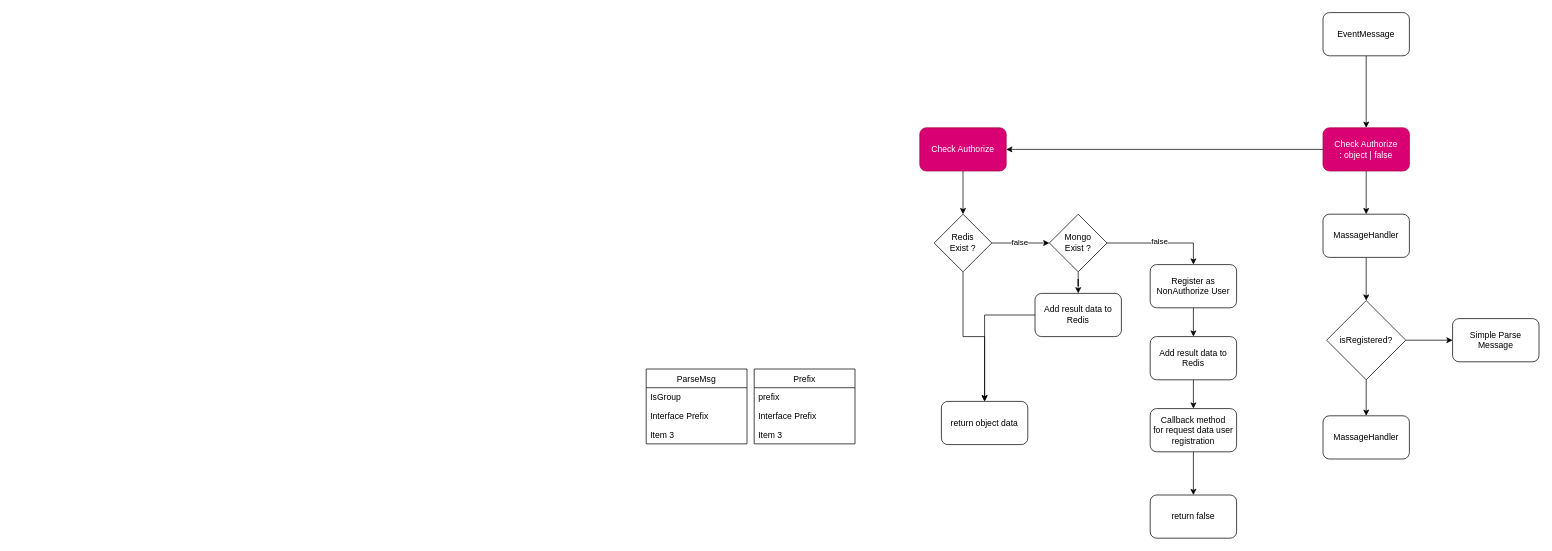
This is FlowDocumentation.drawio from rizqyn9/r-bot, a draw.io file, before an edit. Source tidied: cells renumbered, new cells numbered last; positions are measured from the earlier drawing's top-left corner, leaving out a move shared by most shapes. Both pictures are drawn from the tidied source at 72%, with x=0, y=0 at pixel (646, 12).
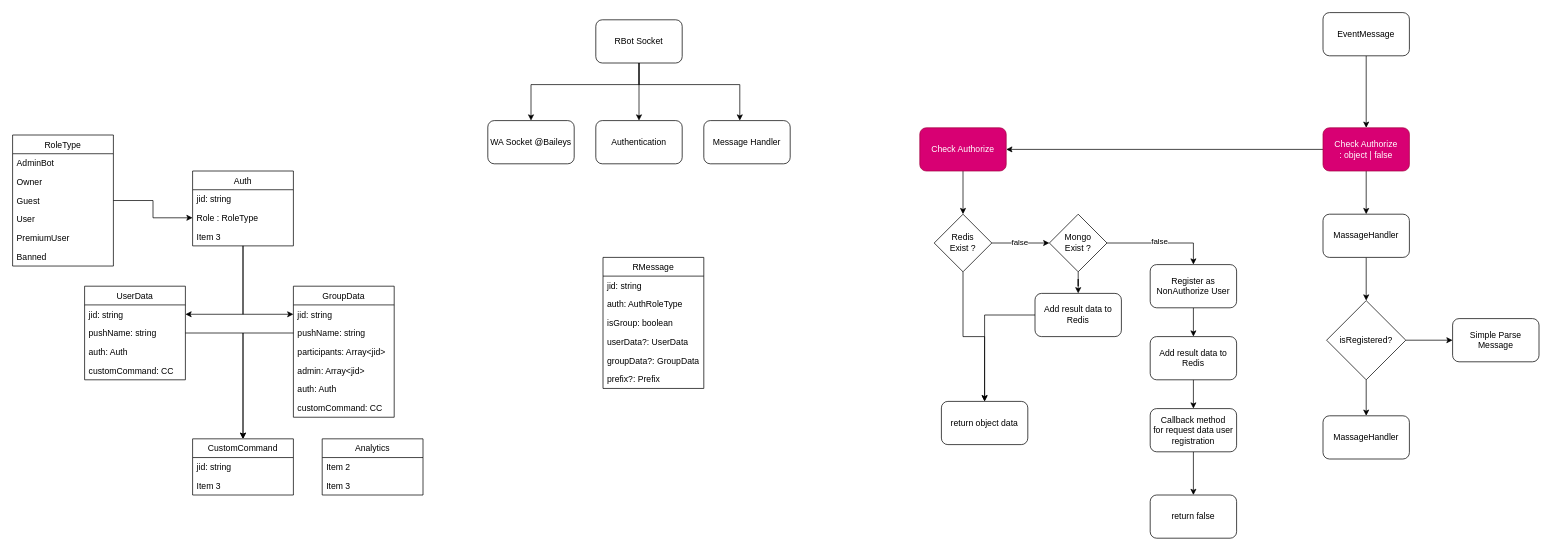
The same diagram, later.

Change to the diagram source:
```diff
@@
-    <mxCell id="34" value="ParseMsg" style="swimlane;fontStyle=0;horizontal=1;startSize=26;" parent="1" vertex="1">
-      <mxGeometry y="495" width="140" height="104" as="geometry" />
-    </mxCell>
-    <mxCell id="35" value="IsGroup" style="text;strokeColor=none;fillColor=none;align=left;verticalAlign=top;spacingLeft=4;spacingRight=4;overflow=hidden;" parent="34" vertex="1">
-      <mxGeometry y="26" width="140" height="26" as="geometry" />
-    </mxCell>
-    <mxCell id="36" value="Interface Prefix" style="text;strokeColor=none;fillColor=none;align=left;verticalAlign=top;spacingLeft=4;spacingRight=4;overflow=hidden;" parent="34" vertex="1">
-      <mxGeometry y="52" width="140" height="26" as="geometry" />
-    </mxCell>
-    <mxCell id="37" value="Item 3" style="text;strokeColor=none;fillColor=none;align=left;verticalAlign=top;spacingLeft=4;spacingRight=4;overflow=hidden;" parent="34" vertex="1">
-      <mxGeometry y="78" width="140" height="26" as="geometry" />
-    </mxCell>
-    <mxCell id="38" value="Prefix" style="swimlane;fontStyle=0;horizontal=1;startSize=26;" parent="1" vertex="1">
-      <mxGeometry x="150" y="495" width="140" height="104" as="geometry" />
-    </mxCell>
-    <mxCell id="39" value="prefix" style="text;strokeColor=none;fillColor=none;align=left;verticalAlign=top;spacingLeft=4;spacingRight=4;overflow=hidden;" parent="38" vertex="1">
-      <mxGeometry y="26" width="140" height="26" as="geometry" />
-    </mxCell>
-    <mxCell id="40" value="Interface Prefix" style="text;strokeColor=none;fillColor=none;align=left;verticalAlign=top;spacingLeft=4;spacingRight=4;overflow=hidden;" parent="38" vertex="1">
-      <mxGeometry y="52" width="140" height="26" as="geometry" />
-    </mxCell>
-    <mxCell id="41" value="Item 3" style="text;strokeColor=none;fillColor=none;align=left;verticalAlign=top;spacingLeft=4;spacingRight=4;overflow=hidden;" parent="38" vertex="1">
-      <mxGeometry y="78" width="140" height="26" as="geometry" />
-    </mxCell>
+    <mxCell id="42" style="edgeStyle=orthogonalEdgeStyle;rounded=0;jettySize=auto;html=1;" parent="1" edge="1" source="45" target="46">
+      <mxGeometry relative="1" as="geometry">
+        <Array as="points">
+          <mxPoint x="-10" y="100" />
+          <mxPoint x="-160" y="100" />
+        </Array>
+      </mxGeometry>
+    </mxCell>
+    <mxCell id="43" style="edgeStyle=orthogonalEdgeStyle;rounded=0;jettySize=auto;html=1;entryX=0.5;entryY=0;entryDx=0;entryDy=0;" parent="1" edge="1" source="45" target="47">
+      <mxGeometry relative="1" as="geometry" />
+    </mxCell>
+    <mxCell id="44" style="edgeStyle=orthogonalEdgeStyle;rounded=0;jettySize=auto;html=1;" parent="1" edge="1" source="45" target="48">
+      <mxGeometry relative="1" as="geometry">
+        <Array as="points">
+          <mxPoint x="-10" y="100" />
+          <mxPoint x="130" y="100" />
+        </Array>
+      </mxGeometry>
+    </mxCell>
+    <mxCell id="45" value="RBot Socket" style="rounded=1;whiteSpace=wrap;html=1;" parent="1" vertex="1">
+      <mxGeometry x="-70" y="10" width="120" height="60" as="geometry" />
+    </mxCell>
+    <mxCell id="46" value="WA Socket @Baileys" style="rounded=1;whiteSpace=wrap;html=1;" parent="1" vertex="1">
+      <mxGeometry x="-220" y="150" width="120" height="60" as="geometry" />
+    </mxCell>
+    <mxCell id="47" value="Authentication" style="rounded=1;whiteSpace=wrap;html=1;" parent="1" vertex="1">
+      <mxGeometry x="-70" y="150" width="120" height="60" as="geometry" />
+    </mxCell>
+    <mxCell id="48" value="Message Handler" style="rounded=1;whiteSpace=wrap;html=1;" parent="1" vertex="1">
+      <mxGeometry x="80" y="150" width="120" height="60" as="geometry" />
+    </mxCell>
+    <mxCell id="49" style="edgeStyle=orthogonalEdgeStyle;rounded=0;jettySize=auto;html=1;entryX=0.5;entryY=0;entryDx=0;entryDy=0;" parent="1" edge="1" source="50" target="69">
+      <mxGeometry relative="1" as="geometry" />
+    </mxCell>
+    <mxCell id="50" value="UserData" style="swimlane;fontStyle=0;horizontal=1;startSize=26;" parent="1" vertex="1">
+      <mxGeometry x="-780" y="380" width="140" height="130" as="geometry" />
+    </mxCell>
+    <mxCell id="51" value="jid: string" style="text;strokeColor=none;fillColor=none;align=left;verticalAlign=top;spacingLeft=4;spacingRight=4;overflow=hidden;points=[[0,0.5],[1,0.5]];portConstraint=eastwest;" parent="50" vertex="1">
+      <mxGeometry y="26" width="140" height="26" as="geometry" />
+    </mxCell>
+    <mxCell id="52" value="pushName: string    " style="text;strokeColor=none;fillColor=none;align=left;verticalAlign=top;spacingLeft=4;spacingRight=4;overflow=hidden;" parent="50" vertex="1">
+      <mxGeometry y="52" width="140" height="26" as="geometry" />
+    </mxCell>
+    <mxCell id="53" value="auth: Auth" style="text;strokeColor=none;fillColor=none;align=left;verticalAlign=top;spacingLeft=4;spacingRight=4;overflow=hidden;" parent="50" vertex="1">
+      <mxGeometry y="78" width="140" height="26" as="geometry" />
+    </mxCell>
+    <mxCell id="54" value="customCommand: CC" style="text;strokeColor=none;fillColor=none;align=left;verticalAlign=top;spacingLeft=4;spacingRight=4;overflow=hidden;" parent="50" vertex="1">
+      <mxGeometry y="104" width="140" height="26" as="geometry" />
+    </mxCell>
+    <mxCell id="55" style="edgeStyle=orthogonalEdgeStyle;rounded=0;jettySize=auto;html=1;entryX=0.5;entryY=0;entryDx=0;entryDy=0;exitX=0;exitY=0.5;exitDx=0;exitDy=0;" parent="1" edge="1" source="58" target="69">
+      <mxGeometry relative="1" as="geometry" />
+    </mxCell>
+    <mxCell id="56" value="GroupData" style="swimlane;fontStyle=0;horizontal=1;startSize=26;" parent="1" vertex="1">
+      <mxGeometry x="-490" y="380" width="140" height="182" as="geometry" />
+    </mxCell>
+    <mxCell id="57" value="jid: string" style="text;strokeColor=none;fillColor=none;align=left;verticalAlign=top;spacingLeft=4;spacingRight=4;overflow=hidden;points=[[0,0.5],[1,0.5]];portConstraint=eastwest;" parent="56" vertex="1">
+      <mxGeometry y="26" width="140" height="26" as="geometry" />
+    </mxCell>
+    <mxCell id="58" value="pushName: string" style="text;strokeColor=none;fillColor=none;align=left;verticalAlign=top;spacingLeft=4;spacingRight=4;overflow=hidden;points=[[0,0.5],[1,0.5]];portConstraint=eastwest;" parent="56" vertex="1">
+      <mxGeometry y="52" width="140" height="26" as="geometry" />
+    </mxCell>
+    <mxCell id="59" value="participants: Array&lt;jid&gt;" style="text;strokeColor=none;fillColor=none;align=left;verticalAlign=top;spacingLeft=4;spacingRight=4;overflow=hidden;" parent="56" vertex="1">
+      <mxGeometry y="78" width="140" height="26" as="geometry" />
+    </mxCell>
+    <mxCell id="60" value="admin: Array&lt;jid&gt;" style="text;strokeColor=none;fillColor=none;align=left;verticalAlign=top;spacingLeft=4;spacingRight=4;overflow=hidden;" parent="56" vertex="1">
+      <mxGeometry y="104" width="140" height="26" as="geometry" />
+    </mxCell>
+    <mxCell id="61" value="auth: Auth" style="text;strokeColor=none;fillColor=none;align=left;verticalAlign=top;spacingLeft=4;spacingRight=4;overflow=hidden;" parent="56" vertex="1">
+      <mxGeometry y="130" width="140" height="26" as="geometry" />
+    </mxCell>
+    <mxCell id="62" value="customCommand: CC" style="text;strokeColor=none;fillColor=none;align=left;verticalAlign=top;spacingLeft=4;spacingRight=4;overflow=hidden;" parent="56" vertex="1">
+      <mxGeometry y="156" width="140" height="26" as="geometry" />
+    </mxCell>
+    <mxCell id="63" style="edgeStyle=orthogonalEdgeStyle;rounded=0;jettySize=auto;html=1;entryX=1;entryY=0.5;entryDx=0;entryDy=0;" parent="1" edge="1" source="65" target="51">
+      <mxGeometry relative="1" as="geometry" />
+    </mxCell>
+    <mxCell id="64" style="edgeStyle=orthogonalEdgeStyle;rounded=0;jettySize=auto;html=1;entryX=0;entryY=0.5;entryDx=0;entryDy=0;" parent="1" edge="1" source="65" target="57">
+      <mxGeometry relative="1" as="geometry" />
+    </mxCell>
+    <mxCell id="65" value="Auth" style="swimlane;fontStyle=0;horizontal=1;startSize=26;" parent="1" vertex="1">
+      <mxGeometry x="-630" y="220" width="140" height="104" as="geometry" />
+    </mxCell>
+    <mxCell id="66" value="jid: string" style="text;strokeColor=none;fillColor=none;align=left;verticalAlign=top;spacingLeft=4;spacingRight=4;overflow=hidden;" parent="65" vertex="1">
+      <mxGeometry y="26" width="140" height="26" as="geometry" />
+    </mxCell>
+    <mxCell id="67" value="Role : RoleType" style="text;strokeColor=none;fillColor=none;align=left;verticalAlign=top;spacingLeft=4;spacingRight=4;overflow=hidden;points=[[0,0.5],[1,0.5]];portConstraint=eastwest;" parent="65" vertex="1">
+      <mxGeometry y="52" width="140" height="26" as="geometry" />
+    </mxCell>
+    <mxCell id="68" value="Item 3" style="text;strokeColor=none;fillColor=none;align=left;verticalAlign=top;spacingLeft=4;spacingRight=4;overflow=hidden;" parent="65" vertex="1">
+      <mxGeometry y="78" width="140" height="26" as="geometry" />
+    </mxCell>
+    <mxCell id="69" value="CustomCommand" style="swimlane;fontStyle=0;horizontal=1;startSize=26;" parent="1" vertex="1">
+      <mxGeometry x="-630" y="592" width="140" height="78" as="geometry" />
+    </mxCell>
+    <mxCell id="70" value="jid: string" style="text;strokeColor=none;fillColor=none;align=left;verticalAlign=top;spacingLeft=4;spacingRight=4;overflow=hidden;" parent="69" vertex="1">
+      <mxGeometry y="26" width="140" height="26" as="geometry" />
+    </mxCell>
+    <mxCell id="71" value="Item 3" style="text;strokeColor=none;fillColor=none;align=left;verticalAlign=top;spacingLeft=4;spacingRight=4;overflow=hidden;" parent="69" vertex="1">
+      <mxGeometry y="52" width="140" height="26" as="geometry" />
+    </mxCell>
+    <mxCell id="72" value="Analytics" style="swimlane;fontStyle=0;horizontal=1;startSize=26;" parent="1" vertex="1">
+      <mxGeometry x="-450" y="592" width="140" height="78" as="geometry" />
+    </mxCell>
+    <mxCell id="73" value="Item 2" style="text;strokeColor=none;fillColor=none;align=left;verticalAlign=top;spacingLeft=4;spacingRight=4;overflow=hidden;" parent="72" vertex="1">
+      <mxGeometry y="26" width="140" height="26" as="geometry" />
+    </mxCell>
+    <mxCell id="74" value="Item 3" style="text;strokeColor=none;fillColor=none;align=left;verticalAlign=top;spacingLeft=4;spacingRight=4;overflow=hidden;" parent="72" vertex="1">
+      <mxGeometry y="52" width="140" height="26" as="geometry" />
+    </mxCell>
+    <mxCell id="75" style="edgeStyle=orthogonalEdgeStyle;rounded=0;jettySize=auto;html=1;" parent="1" edge="1" source="76" target="67">
+      <mxGeometry relative="1" as="geometry" />
+    </mxCell>
+    <mxCell id="76" value="RoleType" style="swimlane;fontStyle=0;horizontal=1;startSize=26;" parent="1" vertex="1">
+      <mxGeometry x="-880" y="170" width="140" height="182" as="geometry" />
+    </mxCell>
+    <mxCell id="77" value="AdminBot" style="text;strokeColor=none;fillColor=none;align=left;verticalAlign=top;spacingLeft=4;spacingRight=4;overflow=hidden;" parent="76" vertex="1">
+      <mxGeometry y="26" width="140" height="26" as="geometry" />
+    </mxCell>
+    <mxCell id="78" value="Owner" style="text;strokeColor=none;fillColor=none;align=left;verticalAlign=top;spacingLeft=4;spacingRight=4;overflow=hidden;" parent="76" vertex="1">
+      <mxGeometry y="52" width="140" height="26" as="geometry" />
+    </mxCell>
+    <mxCell id="79" value="Guest" style="text;strokeColor=none;fillColor=none;align=left;verticalAlign=top;spacingLeft=4;spacingRight=4;overflow=hidden;" parent="76" vertex="1">
+      <mxGeometry y="78" width="140" height="26" as="geometry" />
+    </mxCell>
+    <mxCell id="80" value="User" style="text;strokeColor=none;fillColor=none;align=left;verticalAlign=top;spacingLeft=4;spacingRight=4;overflow=hidden;" parent="76" vertex="1">
+      <mxGeometry y="104" width="140" height="26" as="geometry" />
+    </mxCell>
+    <mxCell id="81" value="PremiumUser" style="text;strokeColor=none;fillColor=none;align=left;verticalAlign=top;spacingLeft=4;spacingRight=4;overflow=hidden;" parent="76" vertex="1">
+      <mxGeometry y="130" width="140" height="26" as="geometry" />
+    </mxCell>
+    <mxCell id="82" value="Banned" style="text;strokeColor=none;fillColor=none;align=left;verticalAlign=top;spacingLeft=4;spacingRight=4;overflow=hidden;" parent="76" vertex="1">
+      <mxGeometry y="156" width="140" height="26" as="geometry" />
+    </mxCell>
+    <mxCell id="83" value="RMessage" style="swimlane;fontStyle=0;horizontal=1;startSize=26;" parent="1" vertex="1">
+      <mxGeometry x="-60" y="340" width="140" height="182" as="geometry" />
+    </mxCell>
+    <mxCell id="84" value="jid: string" style="text;strokeColor=none;fillColor=none;align=left;verticalAlign=top;spacingLeft=4;spacingRight=4;overflow=hidden;" parent="83" vertex="1">
+      <mxGeometry y="26" width="140" height="26" as="geometry" />
+    </mxCell>
+    <mxCell id="85" value="auth: AuthRoleType" style="text;strokeColor=none;fillColor=none;align=left;verticalAlign=top;spacingLeft=4;spacingRight=4;overflow=hidden;" parent="83" vertex="1">
+      <mxGeometry y="52" width="140" height="26" as="geometry" />
+    </mxCell>
+    <mxCell id="86" value="isGroup: boolean" style="text;strokeColor=none;fillColor=none;align=left;verticalAlign=top;spacingLeft=4;spacingRight=4;overflow=hidden;" parent="83" vertex="1">
+      <mxGeometry y="78" width="140" height="26" as="geometry" />
+    </mxCell>
+    <mxCell id="87" value="userData?: UserData" style="text;strokeColor=none;fillColor=none;align=left;verticalAlign=top;spacingLeft=4;spacingRight=4;overflow=hidden;" parent="83" vertex="1">
+      <mxGeometry y="104" width="140" height="26" as="geometry" />
+    </mxCell>
+    <mxCell id="88" value="groupData?: GroupData" style="text;strokeColor=none;fillColor=none;align=left;verticalAlign=top;spacingLeft=4;spacingRight=4;overflow=hidden;" parent="83" vertex="1">
+      <mxGeometry y="130" width="140" height="26" as="geometry" />
+    </mxCell>
+    <mxCell id="89" value="prefix?: Prefix" style="text;strokeColor=none;fillColor=none;align=left;verticalAlign=top;spacingLeft=4;spacingRight=4;overflow=hidden;" parent="83" vertex="1">
+      <mxGeometry y="156" width="140" height="26" as="geometry" />
+    </mxCell>
```
